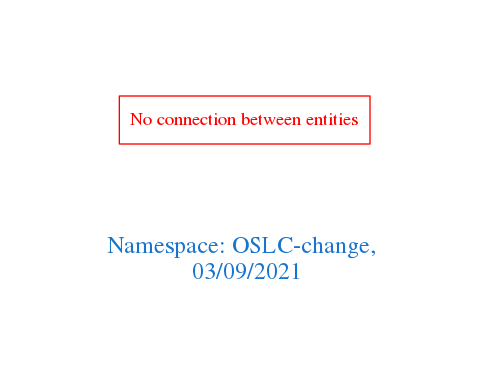
arago/OGIT keeps this Graphviz diagram as downloads/OSLC-change.png. Above is the earlier version. Its source is kept beside it as downloads/OSLC-change.dot.
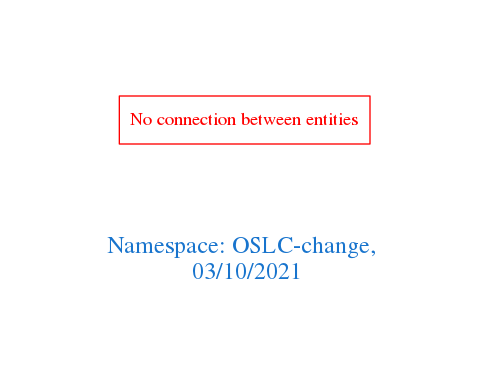
The same diagram one commit later.

Change to the diagram source:
```diff
@@ -1,7 +1,7 @@
 digraph OGIT_ontology {
  graph [ rankdir= LR,pad=1
 fontsize = 18,
-fontcolor= dodgerblue3,label = "\n\n\nNamespace: OSLC-change, \n 03/09/2021"];
+fontcolor= dodgerblue3,label = "\n\n\nNamespace: OSLC-change, \n 03/10/2021"];
 node[shape=polygon];
 edge [  color="gray81"];
 
```
